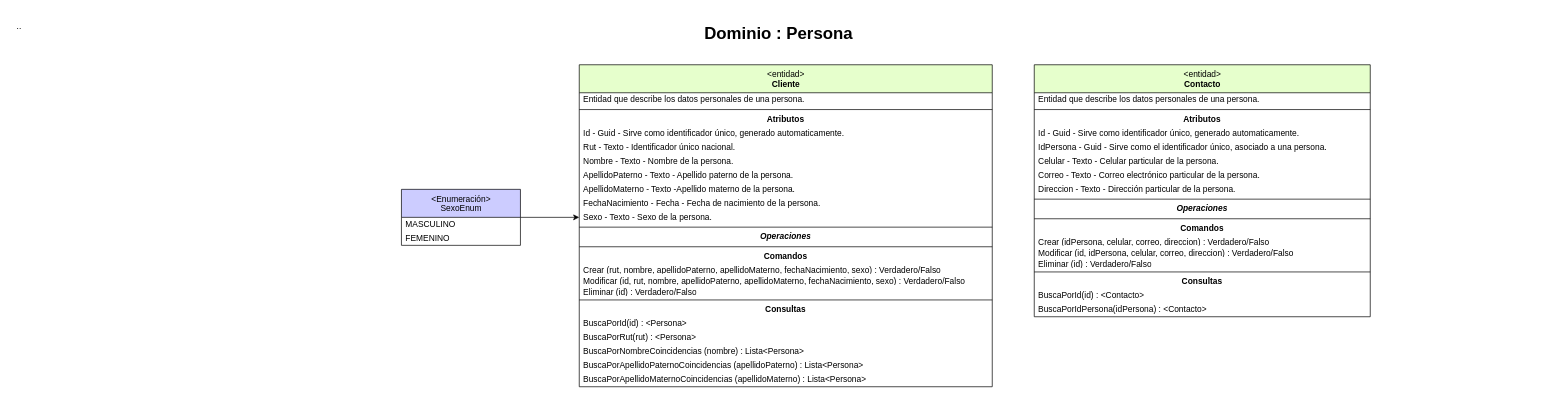
The draw.io diagram documentacion/Dominio Persona.drawio in Anibaliym/CrudApp, before the edit. Source tidied: cells renumbered, new cells numbered last; positions are measured from the earlier drawing's top-left corner, leaving out a move shared by most shapes. Both pictures are drawn from the tidied source at 70%, with x=0, y=0 at pixel (12, 15).
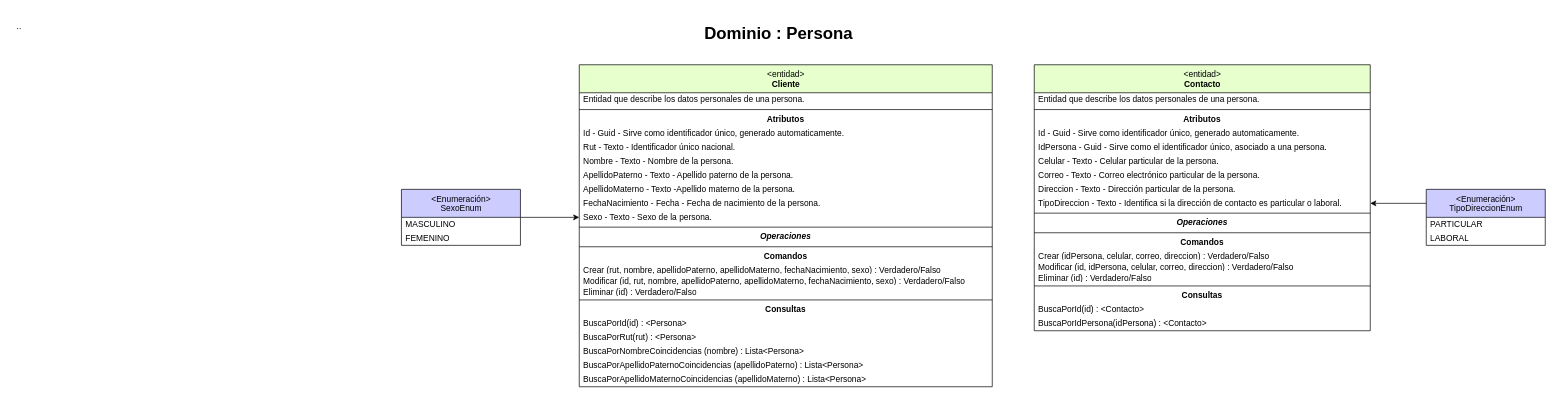
The same diagram, later.

Commit message (it also covers changes not shown here):
Se adjunta documento de diagrama de dominio actualizado. Se agrega validación de "tipoDireccion"

Diff of the diagram source:
```diff
@@
     <mxCell id="33" value="&amp;lt;entidad&amp;gt;&lt;br&gt;&lt;b&gt;Contacto&lt;/b&gt;" style="swimlane;fontStyle=0;align=center;verticalAlign=top;horizontal=1;startSize=40;html=1;fillColor=#E6FFCC;" parent="1" vertex="1">
-      <mxGeometry x="1460" y="70" width="480" height="360" as="geometry" />
+      <mxGeometry x="1460" y="70" width="480" height="380" as="geometry" />
     </mxCell>
@@
+    <mxCell id="53" value="TipoDireccion - Texto - Identifica si la dirección de contacto es particular o laboral." style="text;html=1;strokeColor=none;fillColor=none;align=left;verticalAlign=middle;spacingLeft=4;spacingRight=4;overflow=hidden;points=[[0,0.5],[1,0.5]];portConstraint=eastwest;" parent="33" vertex="1">
+      <mxGeometry y="188" width="480" height="20" as="geometry" />
+    </mxCell>
     <mxCell id="42" style="line;strokeWidth=1;fillColor=none;align=left;verticalAlign=middle;spacingTop=-1;spacingLeft=3;spacingRight=3;labelPosition=right;" parent="33" vertex="1">
-      <mxGeometry y="188" width="480" height="8" as="geometry" />
+      <mxGeometry y="208" width="480" height="8" as="geometry" />
     </mxCell>
     <mxCell id="43" value="&lt;b&gt;&lt;i&gt;Operaciones&lt;/i&gt;&lt;/b&gt;" style="text;html=1;strokeColor=none;fillColor=none;align=center;verticalAlign=middle;spacingLeft=4;spacingRight=4;overflow=hidden;" parent="33" vertex="1">
-      <mxGeometry y="196" width="480" height="20" as="geometry" />
+      <mxGeometry y="216" width="480" height="20" as="geometry" />
     </mxCell>
     <mxCell id="44" style="line;strokeWidth=1;fillColor=none;align=left;verticalAlign=middle;spacingTop=-1;spacingLeft=3;spacingRight=3;labelPosition=right;" parent="33" vertex="1">
-      <mxGeometry y="216" width="480" height="8" as="geometry" />
+      <mxGeometry y="236" width="480" height="8" as="geometry" />
     </mxCell>
     <mxCell id="45" value="&lt;b&gt;Comandos&lt;/b&gt;" style="text;html=1;strokeColor=none;fillColor=none;align=center;verticalAlign=middle;spacingLeft=4;spacingRight=4;overflow=hidden;" parent="33" vertex="1">
-      <mxGeometry y="224" width="480" height="20" as="geometry" />
+      <mxGeometry y="244" width="480" height="20" as="geometry" />
     </mxCell>
     <mxCell id="46" value="&lt;div&gt;Crear (idPersona, celular, correo, direccion&lt;span style=&quot;background-color: initial;&quot;&gt;) : Verdadero/Falso&lt;/span&gt;&lt;/div&gt;" style="text;html=1;strokeColor=none;fillColor=none;align=left;verticalAlign=middle;spacingLeft=4;spacingRight=4;overflow=hidden;" parent="33" vertex="1">
-      <mxGeometry y="244" width="480" height="16" as="geometry" />
+      <mxGeometry y="264" width="480" height="16" as="geometry" />
     </mxCell>
     <mxCell id="47" value="&lt;div&gt;Modificar (id, idPersona, celular, correo, direccion&lt;span style=&quot;background-color: initial;&quot;&gt;) : Verdadero/Falso&lt;/span&gt;&lt;/div&gt;" style="text;html=1;strokeColor=none;fillColor=none;align=left;verticalAlign=middle;spacingLeft=4;spacingRight=4;overflow=hidden;" parent="33" vertex="1">
-      <mxGeometry y="260" width="480" height="16" as="geometry" />
+      <mxGeometry y="280" width="480" height="16" as="geometry" />
     </mxCell>
     <mxCell id="48" value="&lt;div&gt;Eliminar (id&lt;span style=&quot;background-color: initial;&quot;&gt;) : Verdadero/Falso&lt;/span&gt;&lt;/div&gt;" style="text;html=1;strokeColor=none;fillColor=none;align=left;verticalAlign=middle;spacingLeft=4;spacingRight=4;overflow=hidden;" parent="33" vertex="1">
-      <mxGeometry y="276" width="480" height="16" as="geometry" />
+      <mxGeometry y="296" width="480" height="16" as="geometry" />
     </mxCell>
     <mxCell id="49" style="line;strokeWidth=1;fillColor=none;align=left;verticalAlign=middle;spacingTop=-1;spacingLeft=3;spacingRight=3;labelPosition=right;" parent="33" vertex="1">
-      <mxGeometry y="292" width="480" height="8" as="geometry" />
+      <mxGeometry y="312" width="480" height="8" as="geometry" />
     </mxCell>
     <mxCell id="50" value="&lt;b&gt;Consultas&lt;/b&gt;" style="text;html=1;strokeColor=none;fillColor=none;align=center;verticalAlign=middle;spacingLeft=4;spacingRight=4;overflow=hidden;" parent="33" vertex="1">
-      <mxGeometry y="300" width="480" height="20" as="geometry" />
+      <mxGeometry y="320" width="480" height="20" as="geometry" />
     </mxCell>
     <mxCell id="51" value="BuscaPorId(id) : &amp;lt;Contacto&amp;gt;" style="text;html=1;strokeColor=none;fillColor=none;align=left;verticalAlign=middle;spacingLeft=4;spacingRight=4;overflow=hidden;" parent="33" vertex="1">
-      <mxGeometry y="320" width="480" height="20" as="geometry" />
+      <mxGeometry y="340" width="480" height="20" as="geometry" />
     </mxCell>
     <mxCell id="52" value="BuscaPorIdPersona(idPersona) : &amp;lt;Contacto&amp;gt;" style="text;html=1;strokeColor=none;fillColor=none;align=left;verticalAlign=middle;spacingLeft=4;spacingRight=4;overflow=hidden;" parent="33" vertex="1">
-      <mxGeometry y="340" width="480" height="20" as="geometry" />
+      <mxGeometry y="360" width="480" height="20" as="geometry" />
     </mxCell>
+    <mxCell id="54" value="&amp;lt;Enumeración&amp;gt;&lt;br&gt;TipoDireccionEnum" style="swimlane;fontStyle=0;align=center;verticalAlign=top;horizontal=1;startSize=40;html=1;fillColor=#CCCCFF;" parent="1" vertex="1">
+      <mxGeometry x="2020" y="248" width="170" height="80" as="geometry" />
+    </mxCell>
+    <mxCell id="55" value="PARTICULAR" style="text;html=1;strokeColor=none;fillColor=none;align=left;verticalAlign=middle;spacingLeft=4;spacingRight=4;overflow=hidden;" parent="54" vertex="1">
+      <mxGeometry y="40" width="170" height="20" as="geometry" />
+    </mxCell>
+    <mxCell id="56" value="LABORAL" style="text;html=1;strokeColor=none;fillColor=none;align=left;verticalAlign=middle;spacingLeft=4;spacingRight=4;overflow=hidden;" parent="54" vertex="1">
+      <mxGeometry y="60" width="170" height="20" as="geometry" />
+    </mxCell>
+    <mxCell id="57" style="edgeStyle=orthogonalEdgeStyle;rounded=0;jettySize=auto;html=1;entryX=1;entryY=0.5;entryDx=0;entryDy=0;exitX=0;exitY=0.25;exitDx=0;exitDy=0;" parent="1" edge="1" source="54" target="53">
+      <mxGeometry relative="1" as="geometry" />
+    </mxCell>
```
